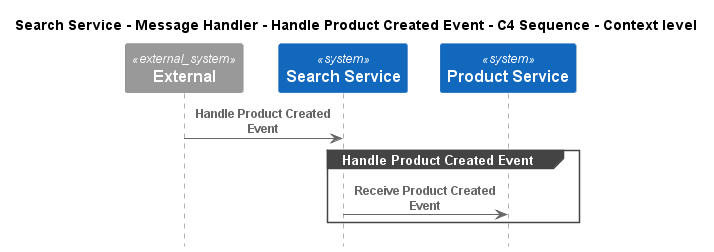
Earlier version of the PlantUML export e-commerce-platform/Software Systems/Search Service/Containers/Message Handler/Interfaces/Handle Product Created Event/Context - C4 Sequence.png (C4InterFlow/architecture-as-code-samples). Source of this version:
```plantuml
@startuml
!pragma layout smetana
!include ..\..\..\..\..\..\.c4s\C4_Sequence.puml

title Search Service - Message Handler - Handle Product Created Event - C4 Sequence - Context level

System_Ext(C4InterFlow.SoftwareSystems.ExternalSystem, "External", "")
System(ECommercePlatform.SoftwareSystems.SearchService, "Search Service", "")
System(ECommercePlatform.SoftwareSystems.ProductService, "Product Service", "")

Rel(C4InterFlow.SoftwareSystems.ExternalSystem, ECommercePlatform.SoftwareSystems.SearchService, "Handle Product Created Event")
group Handle Product Created Event
Rel(ECommercePlatform.SoftwareSystems.SearchService, ECommercePlatform.SoftwareSystems.ProductService, "Receive Product Created Event")
end


@enduml
```
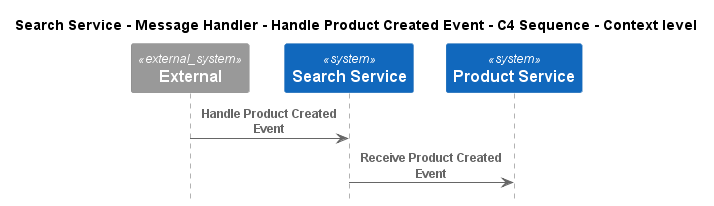
The same diagram one commit later.

Diff of the diagram source:
```diff
@@ -9,9 +9,7 @@
 System(ECommercePlatform.SoftwareSystems.ProductService, "Product Service", "")
 
 Rel(C4InterFlow.SoftwareSystems.ExternalSystem, ECommercePlatform.SoftwareSystems.SearchService, "Handle Product Created Event")
-group Handle Product Created Event
 Rel(ECommercePlatform.SoftwareSystems.SearchService, ECommercePlatform.SoftwareSystems.ProductService, "Receive Product Created Event")
-end
 
 
 @enduml
```
